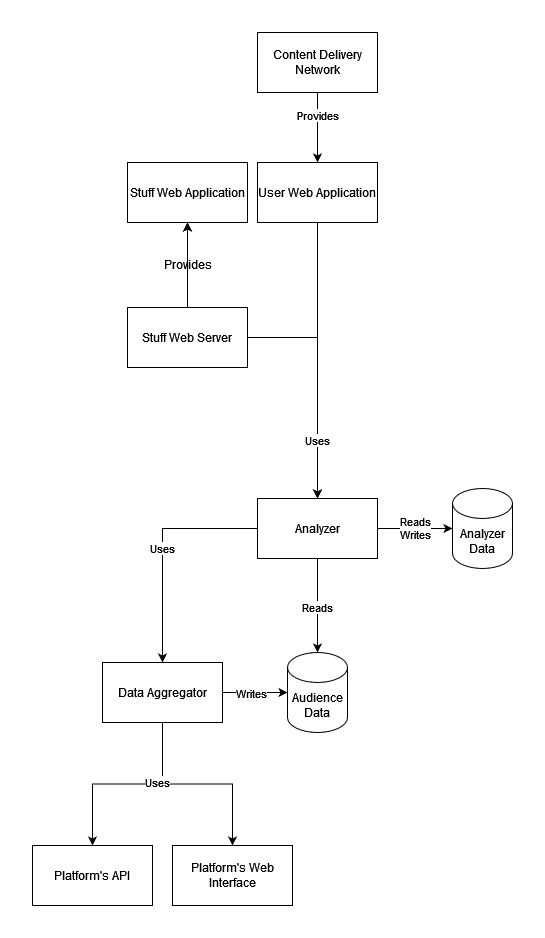
xaudience/.github keeps this draw.io diagram as assets/system-design.drawio.png. Above is the earlier version. Source tidied: cells renumbered, new cells last; positions are measured from the earlier drawing's top-left corner, leaving out a move shared by most shapes.
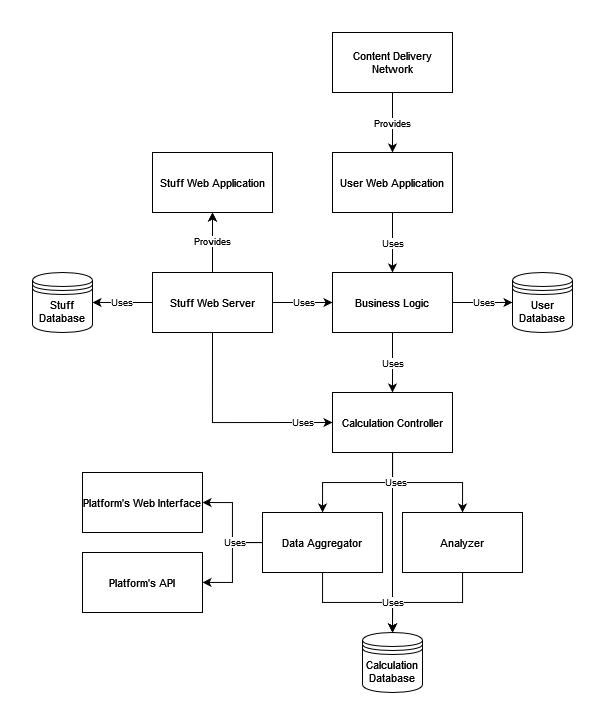
After the change.

Commit message:
Add calculation controller middleware Add businness logic layer Redesign databases

Change to the diagram source:
```diff
@@ -2,78 +2,92 @@
   <root>
     <mxCell id="0" />
     <mxCell id="1" parent="0" />
-    <mxCell id="2" value="&lt;div&gt;Reads&lt;/div&gt;&lt;div&gt;Writes&lt;br&gt;&lt;/div&gt;" style="edgeStyle=orthogonalEdgeStyle;jettySize=auto;html=1;rounded=0;" parent="1" edge="1" source="24" target="12">
-      <mxGeometry relative="1" as="geometry" />
-    </mxCell>
-    <mxCell id="3" style="edgeStyle=orthogonalEdgeStyle;jettySize=auto;html=1;startArrow=none;rounded=0;" parent="1" edge="1" source="8" target="4">
-      <mxGeometry relative="1" as="geometry" />
-    </mxCell>
-    <mxCell id="4" value="Platform's API" style="whiteSpace=wrap;html=1;rounded=0;" parent="1" vertex="1">
-      <mxGeometry y="813" width="120" height="60" as="geometry" />
-    </mxCell>
-    <mxCell id="5" style="edgeStyle=orthogonalEdgeStyle;jettySize=auto;html=1;rounded=0;" parent="1" edge="1" source="8" target="11">
-      <mxGeometry relative="1" as="geometry" />
-    </mxCell>
-    <mxCell id="6" value="Uses" style="edgeLabel;html=1;align=center;verticalAlign=middle;rounded=0;" parent="5" vertex="1">
-      <mxGeometry x="-0.15" y="2" relative="1" as="geometry">
-        <mxPoint x="-26" as="offset" />
-      </mxGeometry>
-    </mxCell>
-    <mxCell id="7" value="Audience Data" style="shape=cylinder3;whiteSpace=wrap;html=1;boundedLbl=1;backgroundOutline=1;size=15;rounded=0;" parent="1" vertex="1">
-      <mxGeometry x="255" y="620" width="60" height="80" as="geometry" />
-    </mxCell>
-    <mxCell id="8" value="Data Aggregator" style="whiteSpace=wrap;html=1;rounded=0;" parent="1" vertex="1">
-      <mxGeometry x="70" y="630" width="120" height="60" as="geometry" />
-    </mxCell>
-    <mxCell id="9" style="edgeStyle=orthogonalEdgeStyle;jettySize=auto;html=1;rounded=0;" parent="1" edge="1" source="8" target="7">
-      <mxGeometry relative="1" as="geometry" />
-    </mxCell>
-    <mxCell id="10" value="Writes" style="edgeLabel;html=1;align=center;verticalAlign=middle;rounded=0;" parent="9" vertex="1">
-      <mxGeometry x="-0.22" y="3" relative="1" as="geometry">
-        <mxPoint x="3" y="3" as="offset" />
-      </mxGeometry>
-    </mxCell>
-    <mxCell id="11" value="Platform's Web Interface" style="whiteSpace=wrap;html=1;rounded=0;" parent="1" vertex="1">
-      <mxGeometry x="140" y="813" width="120" height="60" as="geometry" />
-    </mxCell>
-    <mxCell id="12" value="&lt;div&gt;Analyzer Data&lt;/div&gt;" style="shape=cylinder3;whiteSpace=wrap;html=1;boundedLbl=1;backgroundOutline=1;size=15;rounded=0;" parent="1" vertex="1">
-      <mxGeometry x="420" y="456" width="60" height="80" as="geometry" />
-    </mxCell>
-    <mxCell id="13" value="Content Delivery Network" style="whiteSpace=wrap;html=1;rounded=0;" parent="1" vertex="1">
-      <mxGeometry x="225" width="120" height="60" as="geometry" />
+    <mxCell id="13" value="Content Delivery Network" style="whiteSpace=wrap;html=1;rounded=0;fontSize=11;" parent="1" vertex="1">
+      <mxGeometry x="245" y="30" width="120" height="60" as="geometry" />
     </mxCell>
-    <mxCell id="14" value="Provides" style="edgeStyle=orthogonalEdgeStyle;jettySize=auto;html=1;rounded=0;" parent="1" edge="1" source="13" target="16">
-      <mxGeometry x="-0.35" relative="1" as="geometry" />
+    <mxCell id="14" value="Provides" style="edgeStyle=orthogonalEdgeStyle;jettySize=auto;html=1;rounded=0;fontSize=9;fontStyle=0;align=center;horizontal=1;" parent="1" edge="1" source="13" target="16">
+      <mxGeometry relative="1" as="geometry" />
     </mxCell>
-    <mxCell id="15" style="edgeStyle=orthogonalEdgeStyle;jettySize=auto;html=1;entryX=0.5;entryY=0;entryDx=0;entryDy=0;rounded=0;" parent="1" edge="1" source="16" target="24">
-      <mxGeometry relative="1" as="geometry" />
-    </mxCell>
+    <mxCell id="25" value="Uses" style="edgeStyle=orthogonalEdgeStyle;rounded=0;jettySize=auto;html=1;entryX=0.5;entryY=0;entryDx=0;entryDy=0;fontSize=9;fontStyle=0;align=center;horizontal=1;" parent="1" edge="1" source="16" target="31">
+      <mxGeometry relative="1" as="geometry" />
+    </mxCell>
-    <mxCell id="16" value="User Web Application" style="whiteSpace=wrap;html=1;rounded=0;" parent="1" vertex="1">
-      <mxGeometry x="225" y="130" width="120" height="60" as="geometry" />
+    <mxCell id="16" value="User Web Application" style="whiteSpace=wrap;html=1;rounded=0;fontSize=11;" parent="1" vertex="1">
+      <mxGeometry x="245" y="150" width="120" height="60" as="geometry" />
     </mxCell>
-    <mxCell id="17" value="Stuff Web Application" style="whiteSpace=wrap;html=1;rounded=0;" parent="1" vertex="1">
-      <mxGeometry x="95" y="130" width="120" height="60" as="geometry" />
+    <mxCell id="17" value="Stuff Web Application" style="whiteSpace=wrap;html=1;rounded=0;fontSize=11;" parent="1" vertex="1">
+      <mxGeometry x="65" y="150" width="120" height="60" as="geometry" />
     </mxCell>
+    <mxCell id="20" style="edgeStyle=orthogonalEdgeStyle;jettySize=auto;html=1;rounded=0;fontSize=9;fontStyle=0;align=center;horizontal=1;" parent="1" edge="1" source="21" target="17">
+      <mxGeometry relative="1" as="geometry" />
+    </mxCell>
+    <mxCell id="26" value="Uses" style="edgeStyle=orthogonalEdgeStyle;rounded=0;jettySize=auto;html=1;entryX=0;entryY=0.5;entryDx=0;entryDy=0;fontSize=9;fontStyle=0;align=center;horizontal=1;" parent="1" edge="1" source="21" target="31">
+      <mxGeometry relative="1" as="geometry" />
+    </mxCell>
+    <mxCell id="27" value="Uses" style="edgeStyle=orthogonalEdgeStyle;rounded=0;jettySize=auto;html=1;entryX=0;entryY=0.5;entryDx=0;entryDy=0;exitX=0.5;exitY=1;exitDx=0;exitDy=0;fontSize=9;fontStyle=0;align=center;horizontal=1;" parent="1" edge="1" source="21" target="35">
+      <mxGeometry x="0.71" relative="1" as="geometry" />
+    </mxCell>
+    <mxCell id="28" value="Uses" style="edgeStyle=orthogonalEdgeStyle;rounded=0;jettySize=auto;html=1;fontSize=9;fontStyle=0;align=center;horizontal=1;" parent="1" edge="1" source="21" target="40">
+      <mxGeometry relative="1" as="geometry" />
+    </mxCell>
+    <mxCell id="21" value="Stuff Web Server" style="whiteSpace=wrap;html=1;fontFamily=Helvetica;fontSize=11;rounded=0;" parent="1" vertex="1">
+      <mxGeometry x="65" y="270" width="120" height="60" as="geometry" />
+    </mxCell>
+    <mxCell id="29" value="Uses" style="edgeStyle=orthogonalEdgeStyle;rounded=0;jettySize=auto;html=1;entryX=0;entryY=0.5;entryDx=0;entryDy=0;fontSize=9;fontStyle=0;align=center;horizontal=1;" parent="1" edge="1" source="31" target="32">
+      <mxGeometry relative="1" as="geometry" />
+    </mxCell>
+    <mxCell id="30" value="Uses" style="edgeStyle=orthogonalEdgeStyle;rounded=0;jettySize=auto;html=1;entryX=0.5;entryY=0;entryDx=0;entryDy=0;fontSize=9;fontStyle=0;align=center;horizontal=1;" parent="1" edge="1" source="31" target="35">
+      <mxGeometry relative="1" as="geometry" />
+    </mxCell>
+    <mxCell id="31" value="Business Logic" style="whiteSpace=wrap;html=1;fontFamily=Helvetica;fontSize=11;rounded=0;" parent="1" vertex="1">
+      <mxGeometry x="245" y="270" width="120" height="60" as="geometry" />
+    </mxCell>
+    <mxCell id="32" value="User Database" style="shape=datastore;whiteSpace=wrap;html=1;fontSize=11;" parent="1" vertex="1">
+      <mxGeometry x="425" y="270" width="60" height="60" as="geometry" />
+    </mxCell>
+    <mxCell id="33" style="edgeStyle=orthogonalEdgeStyle;rounded=0;jettySize=auto;html=1;fontSize=9;fontStyle=0;align=center;horizontal=1;" parent="1" edge="1" source="35" target="8">
+      <mxGeometry relative="1" as="geometry" />
+    </mxCell>
+    <mxCell id="34" style="edgeStyle=orthogonalEdgeStyle;rounded=0;jettySize=auto;html=1;entryX=0.5;entryY=0;entryDx=0;entryDy=0;fontSize=9;fontStyle=0;align=center;horizontal=1;" parent="1" edge="1" source="35" target="36">
+      <mxGeometry relative="1" as="geometry" />
+    </mxCell>
+    <mxCell id="35" value="Calculation Controller" style="rounded=0;whiteSpace=wrap;html=1;fontSize=11;" parent="1" vertex="1">
+      <mxGeometry x="245" y="390" width="120" height="60" as="geometry" />
+    </mxCell>
+    <mxCell id="36" value="Calculation Database" style="shape=datastore;whiteSpace=wrap;html=1;fontSize=11;" parent="1" vertex="1">
+      <mxGeometry x="275" y="630" width="60" height="60" as="geometry" />
+    </mxCell>
+    <mxCell id="37" style="edgeStyle=orthogonalEdgeStyle;rounded=0;jettySize=auto;html=1;entryX=0.5;entryY=0;entryDx=0;entryDy=0;fontSize=9;fontStyle=0;align=center;horizontal=1;" parent="1" edge="1" source="24" target="36">
+      <mxGeometry relative="1" as="geometry" />
+    </mxCell>
+    <mxCell id="24" value="Analyzer" style="whiteSpace=wrap;html=1;rounded=0;fontSize=11;" parent="1" vertex="1">
+      <mxGeometry x="315" y="510" width="120" height="60" as="geometry" />
+    </mxCell>
+    <mxCell id="38" value="Uses" style="edgeStyle=orthogonalEdgeStyle;rounded=0;jettySize=auto;html=1;fontSize=9;fontStyle=0;align=center;horizontal=1;" parent="1" edge="1" source="8" target="36">
+      <mxGeometry x="0.54" relative="1" as="geometry" />
+    </mxCell>
+    <mxCell id="5" style="edgeStyle=orthogonalEdgeStyle;rounded=0;jettySize=auto;html=1;fontSize=9;fontStyle=0;align=center;horizontal=1;" parent="1" edge="1" source="8" target="11">
+      <mxGeometry relative="1" as="geometry" />
+    </mxCell>
+    <mxCell id="3" value="Uses" style="edgeStyle=orthogonalEdgeStyle;rounded=0;jettySize=auto;html=1;fontSize=9;fontStyle=0;align=center;horizontal=1;" parent="1" edge="1" source="8" target="4">
+      <mxGeometry x="-0.43" relative="1" as="geometry" />
+    </mxCell>
+    <mxCell id="8" value="Data Aggregator" style="whiteSpace=wrap;html=1;rounded=0;fontSize=11;" parent="1" vertex="1">
+      <mxGeometry x="175" y="510" width="120" height="60" as="geometry" />
+    </mxCell>
+    <mxCell id="4" value="Platform's API" style="whiteSpace=wrap;html=1;rounded=0;fontSize=11;" parent="1" vertex="1">
+      <mxGeometry x="-5" y="550" width="120" height="60" as="geometry" />
+    </mxCell>
+    <mxCell id="11" value="Platform's Web Interface" style="whiteSpace=wrap;html=1;rounded=0;fontSize=11;" parent="1" vertex="1">
+      <mxGeometry x="-5" y="470" width="120" height="60" as="geometry" />
+    </mxCell>
+    <mxCell id="39" value="Uses" style="edgeStyle=orthogonalEdgeStyle;rounded=0;jettySize=auto;html=1;fontSize=9;fontStyle=0;align=center;horizontal=1;" parent="1" edge="1" source="35" target="24">
+      <mxGeometry x="-0.5" relative="1" as="geometry" />
+    </mxCell>
-    <mxCell id="18" value="Provides" style="edgeStyle=orthogonalEdgeStyle;jettySize=auto;html=1;exitX=0.5;exitY=0;exitDx=0;exitDy=0;fontFamily=Helvetica;fontSize=12;rounded=0;" parent="1" edge="1" source="21" target="17">
+    <mxCell id="18" value="Provides" style="edgeStyle=orthogonalEdgeStyle;jettySize=auto;html=1;exitX=0.5;exitY=0;exitDx=0;exitDy=0;fontFamily=Helvetica;fontSize=9;rounded=0;fontStyle=0;align=center;horizontal=1;" parent="1" edge="1" source="21" target="17">
       <mxGeometry relative="1" as="geometry" />
     </mxCell>
-    <mxCell id="19" value="Uses" style="edgeStyle=orthogonalEdgeStyle;jettySize=auto;html=1;rounded=0;" parent="1" edge="1" source="21" target="24">
-      <mxGeometry x="0.5" relative="1" as="geometry" />
-    </mxCell>
-    <mxCell id="20" style="edgeStyle=orthogonalEdgeStyle;jettySize=auto;html=1;rounded=0;" parent="1" edge="1" source="21" target="17">
-      <mxGeometry relative="1" as="geometry" />
-    </mxCell>
-    <mxCell id="21" value="Stuff Web Server" style="whiteSpace=wrap;html=1;fontFamily=Helvetica;fontSize=12;rounded=0;" parent="1" vertex="1">
-      <mxGeometry x="95" y="275" width="120" height="60" as="geometry" />
-    </mxCell>
-    <mxCell id="22" value="Uses" style="edgeStyle=orthogonalEdgeStyle;jettySize=auto;html=1;rounded=0;" parent="1" edge="1" source="24" target="8">
-      <mxGeometry relative="1" as="geometry" />
-    </mxCell>
-    <mxCell id="23" value="Reads" style="edgeStyle=orthogonalEdgeStyle;jettySize=auto;html=1;exitX=0.5;exitY=1;exitDx=0;exitDy=0;rounded=0;" parent="1" edge="1" source="24" target="7">
-      <mxGeometry x="0.05" relative="1" as="geometry" />
-    </mxCell>
-    <mxCell id="24" value="Analyzer" style="whiteSpace=wrap;html=1;rounded=0;" parent="1" vertex="1">
-      <mxGeometry x="225" y="466" width="120" height="60" as="geometry" />
-    </mxCell>
+    <mxCell id="40" value="Stuff Database" style="shape=datastore;whiteSpace=wrap;html=1;fontSize=11;" parent="1" vertex="1">
+      <mxGeometry x="-55" y="270" width="60" height="60" as="geometry" />
+    </mxCell>
   </root>
 </mxGraphModel>
```
